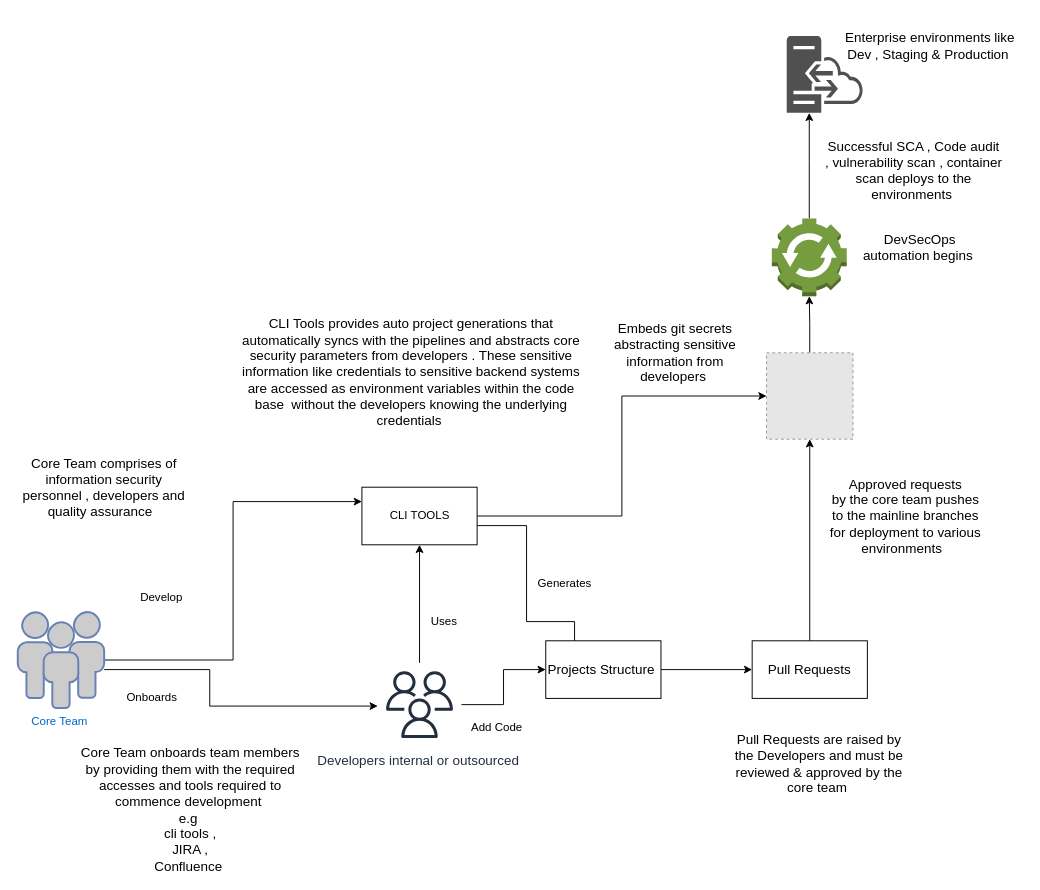
tyger-rareatom/consulting-architectures keeps this draw.io diagram as page "Internal process flow" (2 of 2) of icurity.drawio. Above is the earlier version. Source tidied: cells renumbered, new cells numbered last; positions are measured from the earlier drawing's top-left corner, leaving out a move shared by most shapes. Both pictures are drawn from the tidied source at 96%, with x=0, y=0 at pixel (17, 16). Pictures stored in the file or linked from it are replaced by grey dashed boxes.
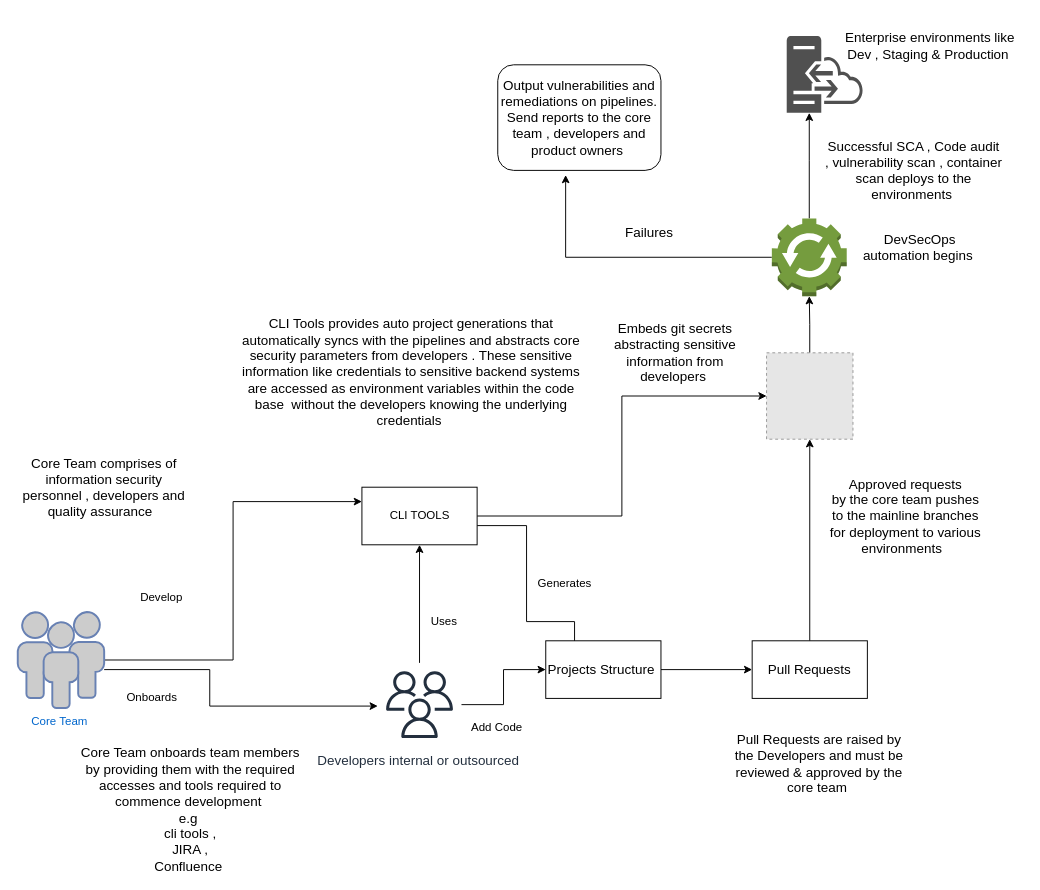
The same diagram, later.

The change refers to these unchanged cells:
```xml
<mxCell id="30" style="outlineConnect=0;dashed=0;verticalLabelPosition=bottom;verticalAlign=top;align=center;html=1;shape=mxgraph.aws3.automation;fillColor=#759C3E;gradientColor=none;" parent="1" vertex="1">
  <mxGeometry x="785.5" y="210" width="78" height="81" as="geometry" />
</mxCell>
```

The edit, as a diff of the source:
```diff
@@
+    <mxCell id="34" style="edgeStyle=orthogonalEdgeStyle;rounded=0;jettySize=auto;html=1;entryX=0.416;entryY=1.044;entryDx=0;entryDy=0;entryPerimeter=0;" parent="1" edge="1" source="30" target="35">
+      <mxGeometry relative="1" as="geometry" />
+    </mxCell>
@@
+    <mxCell id="35" value="&lt;font style=&quot;font-size: 14px&quot;&gt;Output vulnerabilities and remediations on pipelines.&lt;br&gt;Send reports to the core team , developers and product owners&amp;nbsp;&lt;/font&gt;" style="rounded=1;whiteSpace=wrap;html=1;" parent="1" vertex="1">
+      <mxGeometry x="500" y="50" width="170" height="110" as="geometry" />
+    </mxCell>
+    <mxCell id="36" value="&lt;font style=&quot;font-size: 14px&quot;&gt;Failures&amp;nbsp;&lt;/font&gt;" style="text;html=1;strokeColor=none;fillColor=none;align=center;verticalAlign=middle;whiteSpace=wrap;rounded=0;" parent="1" vertex="1">
+      <mxGeometry x="620" y="210" width="80" height="30" as="geometry" />
+    </mxCell>
```
